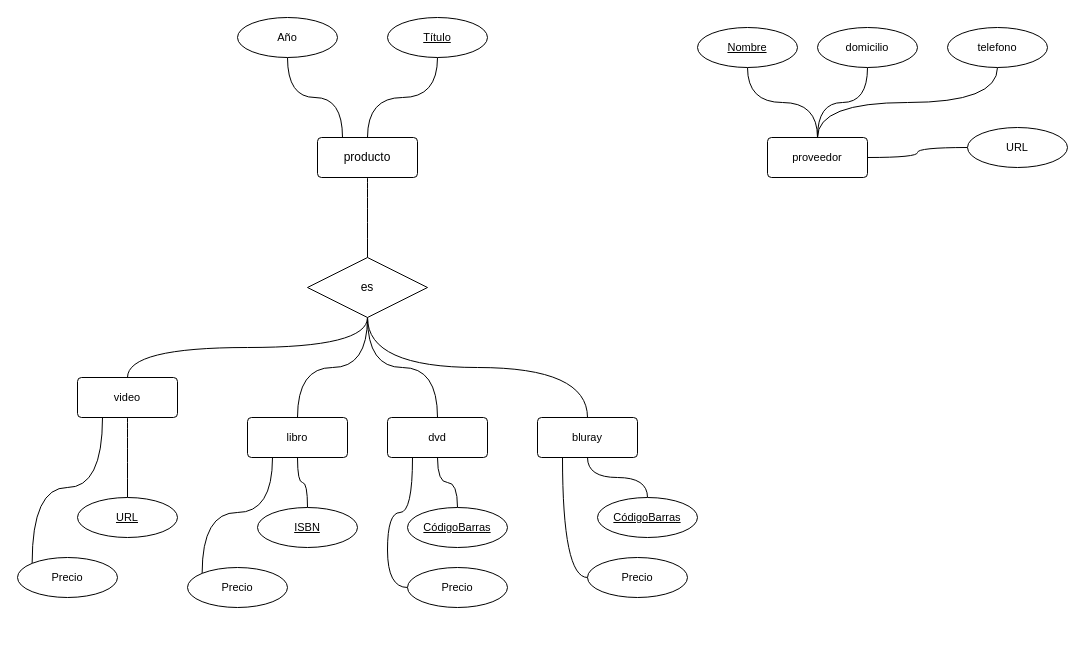
Earlier version of the draw.io diagram practico/practico1/ej10.drawio (irmrz/bases-de-datos). Source tidied: cells renumbered, new cells numbered last; positions are measured from the earlier drawing's top-left corner, leaving out a move shared by most shapes. Both pictures are drawn from the tidied source at 100%, with x=0, y=0 at pixel (17, 17).
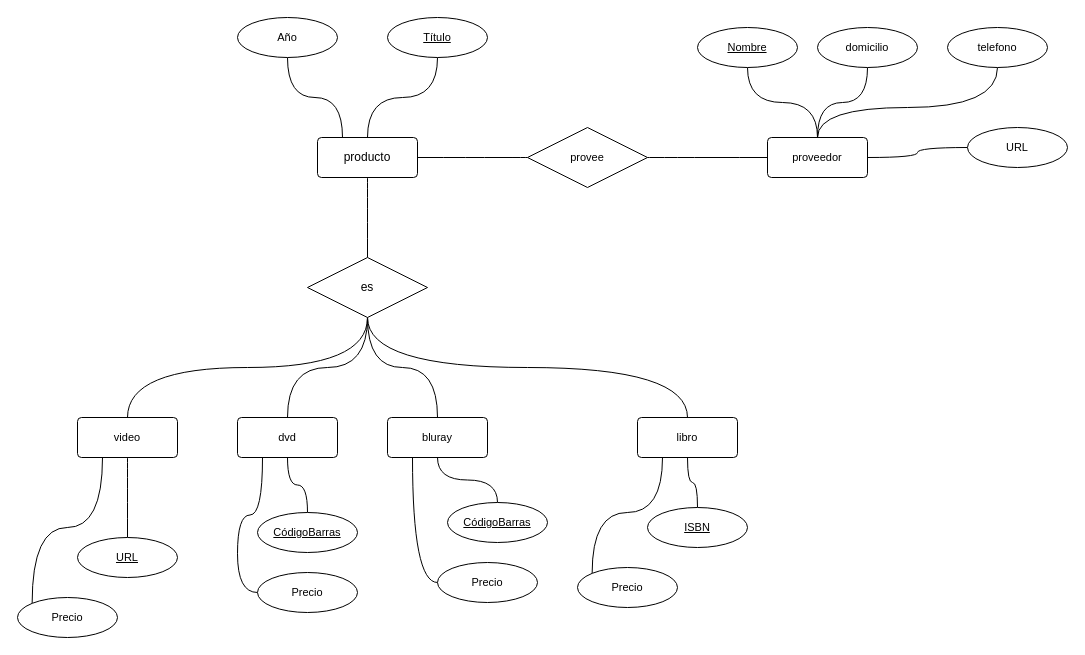
The same page after the edit.

Unchanged cells that the change refers to:
```xml
<mxCell id="5" value="producto" style="rounded=1;arcSize=10;whiteSpace=wrap;html=1;align=center;" parent="1" vertex="1">
  <mxGeometry x="300" y="120" width="100" height="40" as="geometry" />
</mxCell>
<mxCell id="36" value="proveedor" style="rounded=1;arcSize=10;whiteSpace=wrap;html=1;align=center;fontFamily=Helvetica;fontSize=11;fontColor=default;" parent="1" vertex="1">
  <mxGeometry x="750" y="120" width="100" height="40" as="geometry" />
</mxCell>
<mxCell id="40" value="telefono" style="ellipse;whiteSpace=wrap;html=1;align=center;fontFamily=Helvetica;fontSize=11;fontColor=default;" parent="1" vertex="1">
  <mxGeometry x="930" y="10" width="100" height="40" as="geometry" />
</mxCell>
```

The edit, as a diff of the source:
```diff
@@
     <mxCell id="15" value="libro" style="rounded=1;arcSize=10;whiteSpace=wrap;html=1;align=center;fontFamily=Helvetica;fontSize=11;fontColor=default;" parent="1" vertex="1">
-      <mxGeometry x="230" y="400" width="100" height="40" as="geometry" />
+      <mxGeometry x="620" y="400" width="100" height="40" as="geometry" />
     </mxCell>
@@
     <mxCell id="17" value="dvd" style="rounded=1;arcSize=10;whiteSpace=wrap;html=1;align=center;fontFamily=Helvetica;fontSize=11;fontColor=default;" parent="1" vertex="1">
-      <mxGeometry x="370" y="400" width="100" height="40" as="geometry" />
+      <mxGeometry x="220" y="400" width="100" height="40" as="geometry" />
     </mxCell>
@@
     <mxCell id="20" value="bluray" style="rounded=1;arcSize=10;whiteSpace=wrap;html=1;align=center;fontFamily=Helvetica;fontSize=11;fontColor=default;" parent="1" vertex="1">
-      <mxGeometry x="520" y="400" width="100" height="40" as="geometry" />
+      <mxGeometry x="370" y="400" width="100" height="40" as="geometry" />
     </mxCell>
     <mxCell id="21" value="Precio" style="ellipse;whiteSpace=wrap;html=1;align=center;fontFamily=Helvetica;fontSize=11;fontColor=default;" parent="1" vertex="1">
-      <mxGeometry x="170" y="550" width="100" height="40" as="geometry" />
+      <mxGeometry x="560" y="550" width="100" height="40" as="geometry" />
     </mxCell>
     <mxCell id="22" value="Precio" style="ellipse;whiteSpace=wrap;html=1;align=center;fontFamily=Helvetica;fontSize=11;fontColor=default;" parent="1" vertex="1">
-      <mxGeometry x="390" y="550" width="100" height="40" as="geometry" />
+      <mxGeometry x="240" y="555" width="100" height="40" as="geometry" />
     </mxCell>
     <mxCell id="23" value="Precio" style="ellipse;whiteSpace=wrap;html=1;align=center;fontFamily=Helvetica;fontSize=11;fontColor=default;" parent="1" vertex="1">
-      <mxGeometry x="570" y="540" width="100" height="40" as="geometry" />
+      <mxGeometry x="420" y="545" width="100" height="40" as="geometry" />
     </mxCell>
@@
     <mxCell id="25" value="CódigoBarras" style="ellipse;whiteSpace=wrap;html=1;align=center;fontStyle=4;fontFamily=Helvetica;fontSize=11;fontColor=default;" parent="1" vertex="1">
-      <mxGeometry x="390" y="490" width="100" height="40" as="geometry" />
+      <mxGeometry x="240" y="495" width="100" height="40" as="geometry" />
     </mxCell>
     <mxCell id="26" value="CódigoBarras" style="ellipse;whiteSpace=wrap;html=1;align=center;fontStyle=4;fontFamily=Helvetica;fontSize=11;fontColor=default;" parent="1" vertex="1">
-      <mxGeometry x="580" y="480" width="100" height="40" as="geometry" />
+      <mxGeometry x="430" y="485" width="100" height="40" as="geometry" />
     </mxCell>
     <mxCell id="27" value="ISBN" style="ellipse;whiteSpace=wrap;html=1;align=center;fontStyle=4;fontFamily=Helvetica;fontSize=11;fontColor=default;" parent="1" vertex="1">
-      <mxGeometry x="240" y="490" width="100" height="40" as="geometry" />
+      <mxGeometry x="630" y="490" width="100" height="40" as="geometry" />
     </mxCell>
@@
     <mxCell id="30" value="video" style="rounded=1;arcSize=10;whiteSpace=wrap;html=1;align=center;fontFamily=Helvetica;fontSize=11;fontColor=default;" parent="1" vertex="1">
-      <mxGeometry x="60" y="360" width="100" height="40" as="geometry" />
+      <mxGeometry x="60" y="400" width="100" height="40" as="geometry" />
     </mxCell>
     <mxCell id="31" value="URL" style="ellipse;whiteSpace=wrap;html=1;align=center;fontStyle=4;fontFamily=Helvetica;fontSize=11;fontColor=default;" parent="1" vertex="1">
-      <mxGeometry x="60" y="480" width="100" height="40" as="geometry" />
+      <mxGeometry x="60" y="520" width="100" height="40" as="geometry" />
     </mxCell>
     <mxCell id="32" value="Precio" style="ellipse;whiteSpace=wrap;html=1;align=center;fontFamily=Helvetica;fontSize=11;fontColor=default;" parent="1" vertex="1">
-      <mxGeometry y="540" width="100" height="40" as="geometry" />
+      <mxGeometry y="580" width="100" height="40" as="geometry" />
     </mxCell>
@@
     <mxCell id="34" style="edgeStyle=orthogonalEdgeStyle;shape=connector;curved=1;rounded=1;jettySize=auto;html=1;exitX=0.5;exitY=0;exitDx=0;exitDy=0;entryX=0.5;entryY=1;entryDx=0;entryDy=0;labelBackgroundColor=default;strokeColor=default;fontFamily=Helvetica;fontSize=11;fontColor=default;endArrow=none;endFill=0;" parent="1" edge="1" source="36" target="40">
-      <mxGeometry relative="1" as="geometry" />
+      <mxGeometry relative="1" as="geometry">
+        <Array as="points">
+          <mxPoint x="800" y="90" />
+          <mxPoint x="980" y="90" />
+        </Array>
+      </mxGeometry>
     </mxCell>
@@
+    <mxCell id="42" style="edgeStyle=orthogonalEdgeStyle;shape=connector;curved=1;rounded=1;jettySize=auto;html=1;exitX=1;exitY=0.5;exitDx=0;exitDy=0;entryX=0;entryY=0.5;entryDx=0;entryDy=0;labelBackgroundColor=default;strokeColor=default;fontFamily=Helvetica;fontSize=11;fontColor=default;endArrow=none;endFill=0;" parent="1" edge="1" source="44" target="36">
+      <mxGeometry relative="1" as="geometry" />
+    </mxCell>
+    <mxCell id="43" style="edgeStyle=orthogonalEdgeStyle;shape=connector;curved=1;rounded=1;jettySize=auto;html=1;exitX=0;exitY=0.5;exitDx=0;exitDy=0;entryX=1;entryY=0.5;entryDx=0;entryDy=0;labelBackgroundColor=default;strokeColor=default;fontFamily=Helvetica;fontSize=11;fontColor=default;endArrow=none;endFill=0;" parent="1" edge="1" source="44" target="5">
+      <mxGeometry relative="1" as="geometry" />
+    </mxCell>
+    <mxCell id="44" value="provee" style="shape=rhombus;perimeter=rhombusPerimeter;whiteSpace=wrap;html=1;align=center;fontFamily=Helvetica;fontSize=11;fontColor=default;" parent="1" vertex="1">
+      <mxGeometry x="510" y="110" width="120" height="60" as="geometry" />
+    </mxCell>
```
